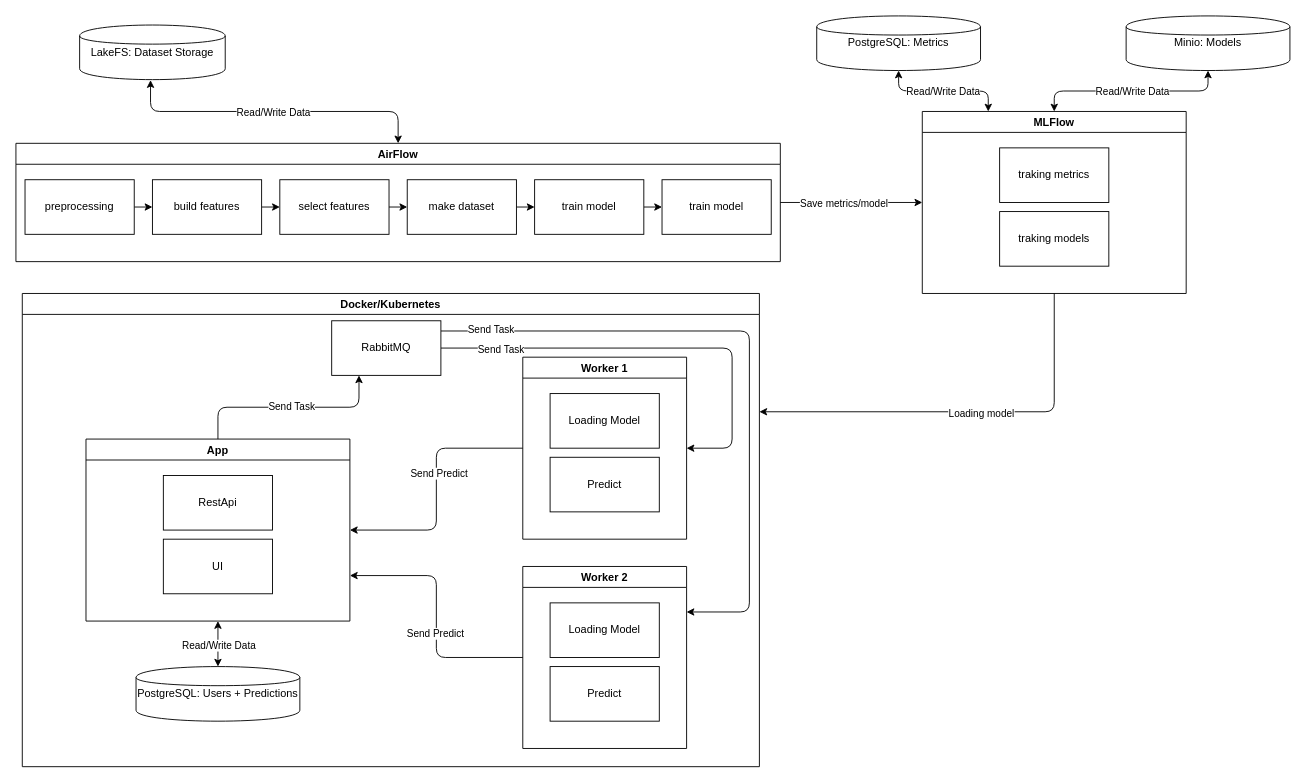
The draw.io diagram doc/diagram.drawio in pese-git/mfdp-fin-fraud-detection, before the edit. Source tidied: cells renumbered, new cells numbered last; positions are measured from the earlier drawing's top-left corner, leaving out a move shared by most shapes. Both pictures are drawn from the tidied source at 91%, with x=0, y=0 at pixel (15, 15).
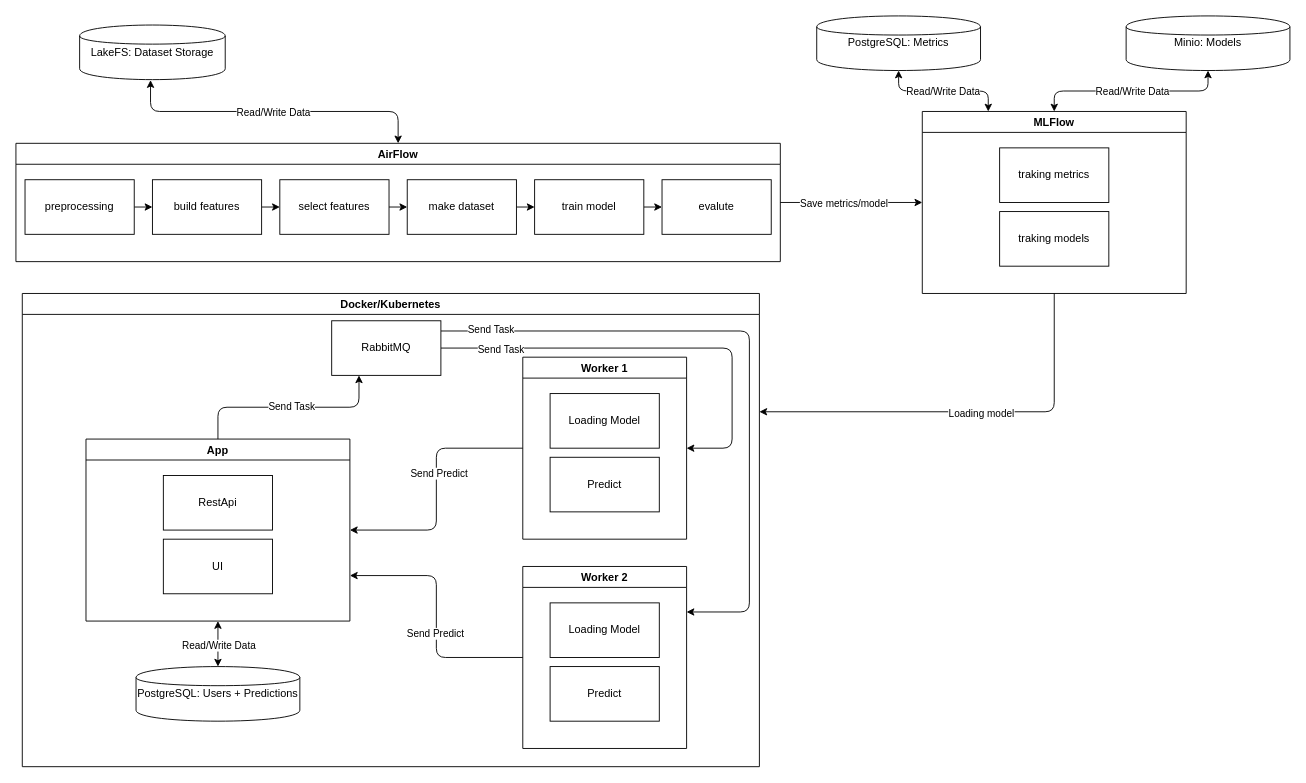
The same diagram, later.

Commit message:
implement diagram

The change refers to these unchanged cells:
```xml
<mxCell id="5" value="AirFlow" style="swimlane;startSize=23;" parent="1" vertex="1">
  <mxGeometry y="140" width="840" height="130" as="geometry" />
</mxCell>
```

Diff of the diagram source:
```diff
@@
-    <mxCell id="16" value="train model" style="rounded=0;whiteSpace=wrap;html=1;" parent="5" vertex="1">
+    <mxCell id="16" value="evalute" style="rounded=0;whiteSpace=wrap;html=1;" parent="5" vertex="1">
       <mxGeometry x="710" y="40" width="120" height="60" as="geometry" />
     </mxCell>
```
